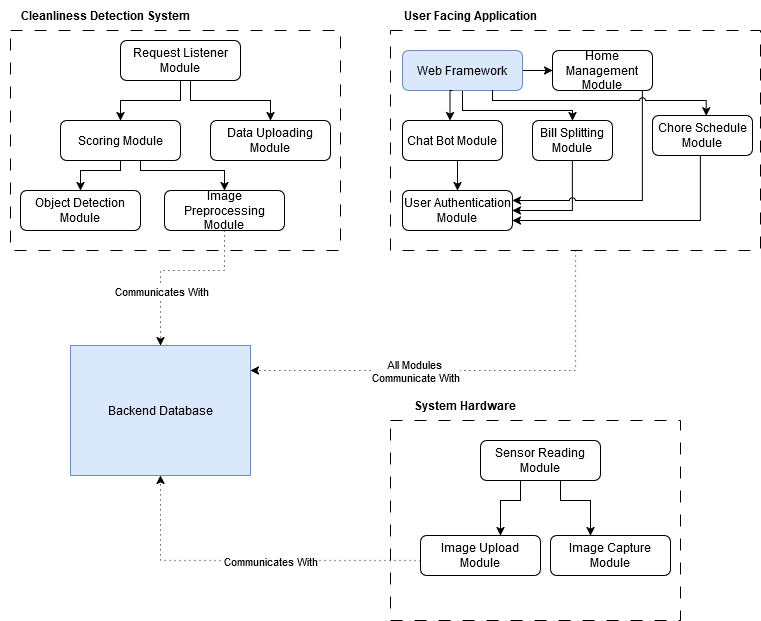
The draw.io diagram docs/Design/SoftArchitecture/images/UsesHierarchy.png in jinalkast/room8, before a commit. Source tidied: cells renumbered, new cells last; positions are measured from the earlier drawing's top-left corner, leaving out a move shared by most shapes.
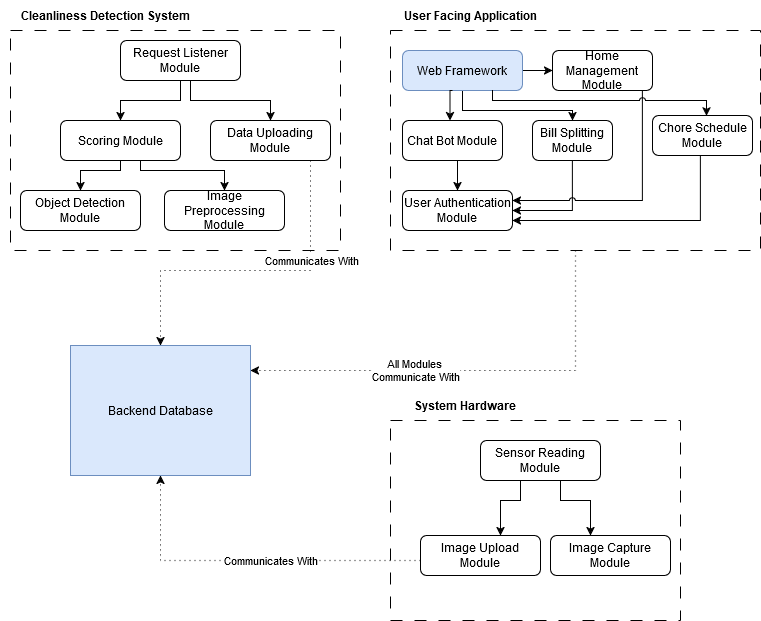
After the commit.

The edit, as a diff of the source:
```diff
@@ -183,17 +183,18 @@
     <mxCell id="40" value="Backend Database" style="rounded=0;whiteSpace=wrap;html=1;fillColor=#dae8fc;strokeColor=#6c8ebf;" parent="1" vertex="1">
       <mxGeometry x="70" y="345" width="180" height="130" as="geometry" />
     </mxCell>
-    <mxCell id="41" style="edgeStyle=orthogonalEdgeStyle;rounded=0;jettySize=auto;html=1;entryX=0.5;entryY=0;entryDx=0;entryDy=0;dashed=1;dashPattern=1 4;" parent="1" edge="1" source="30" target="40">
+    <mxCell id="41" style="edgeStyle=orthogonalEdgeStyle;rounded=0;jettySize=auto;html=1;entryX=0.5;entryY=0;entryDx=0;entryDy=0;dashed=1;dashPattern=1 4;exitX=0.75;exitY=1;exitDx=0;exitDy=0;" parent="1" edge="1" source="38" target="40">
       <mxGeometry relative="1" as="geometry">
         <Array as="points">
-          <mxPoint x="224" y="270" />
+          <mxPoint x="310" y="160" />
+          <mxPoint x="310" y="270" />
           <mxPoint x="160" y="270" />
         </Array>
       </mxGeometry>
     </mxCell>
     <mxCell id="42" value="Communicates With" style="edgeLabel;html=1;align=center;verticalAlign=middle;" parent="41" vertex="1">
       <mxGeometry x="0.27" y="-2" relative="1" as="geometry">
-        <mxPoint x="2" y="11" as="offset" />
+        <mxPoint x="99" y="-8" as="offset" />
       </mxGeometry>
     </mxCell>
     <mxCell id="43" style="edgeStyle=orthogonalEdgeStyle;rounded=0;jettySize=auto;html=1;entryX=0.5;entryY=1;entryDx=0;entryDy=0;dashed=1;dashPattern=1 4;" parent="1" edge="1" source="25" target="40">
```
